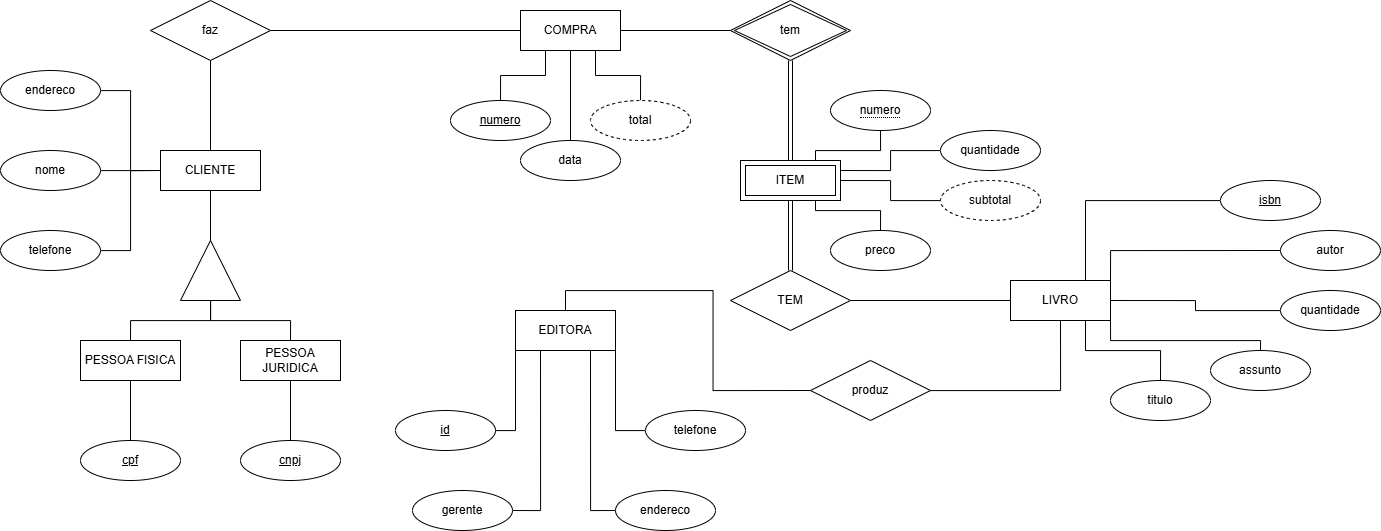
Above: puc2024.2/bcd/cardinalidades/licaoDeModelagem.drawio.png in batista29/puc (draw.io), before the change. Source tidied: cells renumbered, new cells last; positions are measured from the earlier drawing's top-left corner, leaving out a move shared by most shapes.
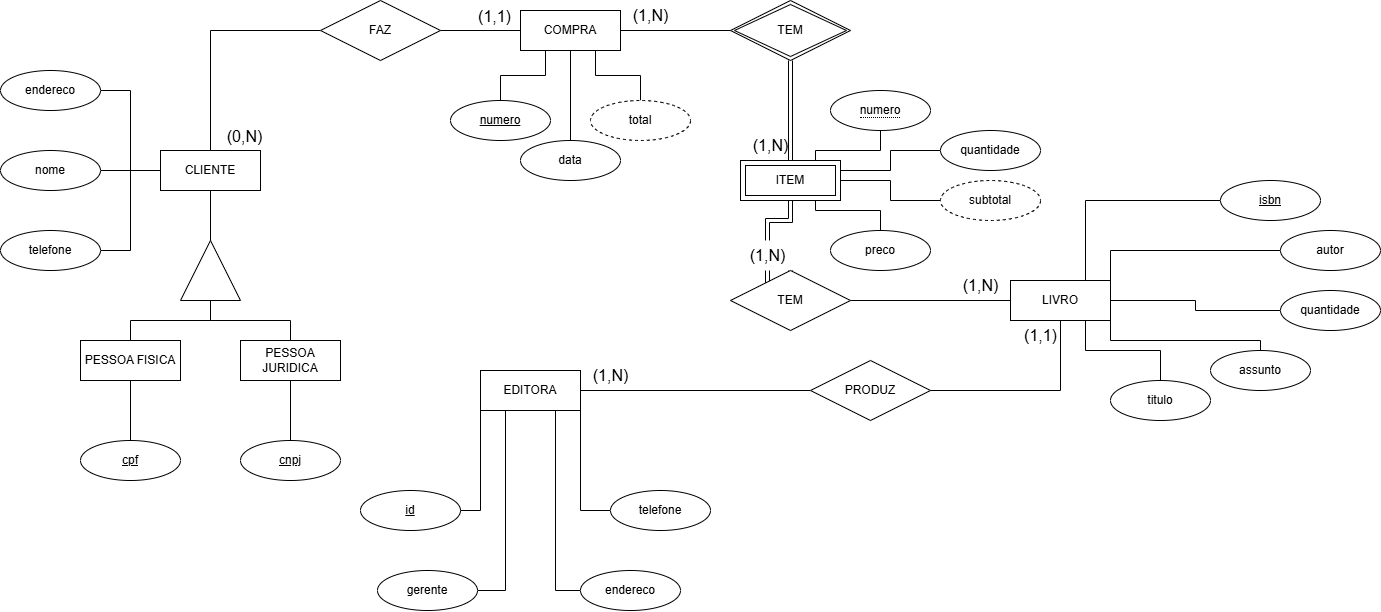
After the change.

Commit message:
Modelagem completa

Diff of the diagram source:
```diff
@@ -2,17 +2,17 @@
   <root>
     <mxCell id="0" />
     <mxCell id="1" parent="0" />
-    <mxCell id="2" style="edgeStyle=orthogonalEdgeStyle;rounded=0;jettySize=auto;html=1;entryX=0.5;entryY=1;entryDx=0;entryDy=0;exitX=0.5;exitY=0;exitDx=0;exitDy=0;endArrow=none;endFill=0;" parent="1" edge="1" source="3" target="51">
+    <mxCell id="2" style="edgeStyle=orthogonalEdgeStyle;rounded=0;jettySize=auto;html=1;entryX=0;entryY=0.5;entryDx=0;entryDy=0;exitX=0.5;exitY=0;exitDx=0;exitDy=0;endArrow=none;endFill=0;" parent="1" edge="1" source="3" target="51">
       <mxGeometry relative="1" as="geometry" />
     </mxCell>
     <mxCell id="3" value="CLIENTE" style="whiteSpace=wrap;html=1;align=center;labelBackgroundColor=none;" parent="1" vertex="1">
       <mxGeometry x="160" y="150" width="100" height="40" as="geometry" />
     </mxCell>
-    <mxCell id="4" style="edgeStyle=orthogonalEdgeStyle;rounded=0;jettySize=auto;html=1;entryX=0;entryY=0.5;entryDx=0;entryDy=0;exitX=0.5;exitY=0;exitDx=0;exitDy=0;endArrow=none;endFill=0;" parent="1" edge="1" source="5" target="49">
+    <mxCell id="4" style="edgeStyle=orthogonalEdgeStyle;rounded=0;jettySize=auto;html=1;entryX=0;entryY=0.5;entryDx=0;entryDy=0;fontSize=12;startSize=8;endSize=8;endArrow=none;endFill=0;" parent="1" edge="1" source="5" target="49">
       <mxGeometry relative="1" as="geometry" />
     </mxCell>
     <mxCell id="5" value="EDITORA" style="whiteSpace=wrap;html=1;align=center;labelBackgroundColor=none;" parent="1" vertex="1">
-      <mxGeometry x="515" y="310" width="100" height="40" as="geometry" />
+      <mxGeometry x="480" y="370" width="100" height="40" as="geometry" />
     </mxCell>
     <mxCell id="6" value="LIVRO" style="whiteSpace=wrap;html=1;align=center;labelBackgroundColor=none;" parent="1" vertex="1">
       <mxGeometry x="1010" y="280" width="100" height="40" as="geometry" />
@@ -71,25 +71,25 @@
       <mxGeometry y="150" width="100" height="40" as="geometry" />
     </mxCell>
     <mxCell id="24" value="id" style="ellipse;whiteSpace=wrap;html=1;align=center;fontStyle=4;labelBackgroundColor=none;" parent="1" vertex="1">
-      <mxGeometry x="395" y="410" width="100" height="40" as="geometry" />
+      <mxGeometry x="360" y="490" width="100" height="40" as="geometry" />
     </mxCell>
     <mxCell id="25" style="edgeStyle=orthogonalEdgeStyle;rounded=0;jettySize=auto;html=1;entryX=0.75;entryY=1;entryDx=0;entryDy=0;exitX=0;exitY=0.5;exitDx=0;exitDy=0;labelBackgroundColor=none;fontColor=default;endArrow=none;endFill=0;" parent="1" edge="1" source="26" target="5">
       <mxGeometry relative="1" as="geometry" />
     </mxCell>
     <mxCell id="26" value="endereco" style="ellipse;whiteSpace=wrap;html=1;align=center;labelBackgroundColor=none;" parent="1" vertex="1">
-      <mxGeometry x="615" y="490" width="100" height="40" as="geometry" />
+      <mxGeometry x="580" y="570" width="100" height="40" as="geometry" />
     </mxCell>
     <mxCell id="27" style="edgeStyle=orthogonalEdgeStyle;rounded=0;jettySize=auto;html=1;entryX=0.25;entryY=1;entryDx=0;entryDy=0;exitX=1;exitY=0.5;exitDx=0;exitDy=0;labelBackgroundColor=none;fontColor=default;endArrow=none;endFill=0;" parent="1" edge="1" source="28" target="5">
       <mxGeometry relative="1" as="geometry" />
     </mxCell>
     <mxCell id="28" value="gerente" style="ellipse;whiteSpace=wrap;html=1;align=center;labelBackgroundColor=none;" parent="1" vertex="1">
-      <mxGeometry x="412" y="490" width="100" height="40" as="geometry" />
+      <mxGeometry x="377" y="570" width="100" height="40" as="geometry" />
     </mxCell>
     <mxCell id="29" style="edgeStyle=orthogonalEdgeStyle;rounded=0;jettySize=auto;html=1;entryX=1;entryY=1;entryDx=0;entryDy=0;labelBackgroundColor=none;fontColor=default;endArrow=none;endFill=0;" parent="1" edge="1" source="30" target="5">
       <mxGeometry relative="1" as="geometry" />
     </mxCell>
     <mxCell id="30" value="telefone" style="ellipse;whiteSpace=wrap;html=1;align=center;labelBackgroundColor=none;" parent="1" vertex="1">
-      <mxGeometry x="645" y="410" width="100" height="40" as="geometry" />
+      <mxGeometry x="610" y="490" width="100" height="40" as="geometry" />
     </mxCell>
     <mxCell id="31" style="edgeStyle=orthogonalEdgeStyle;rounded=0;jettySize=auto;html=1;entryX=0;entryY=1;entryDx=0;entryDy=0;labelBackgroundColor=none;fontColor=default;endArrow=none;endFill=0;" parent="1" edge="1" source="24" target="5">
       <mxGeometry relative="1" as="geometry" />
@@ -150,14 +150,14 @@
     <mxCell id="48" style="edgeStyle=orthogonalEdgeStyle;rounded=0;jettySize=auto;html=1;entryX=0.5;entryY=1;entryDx=0;entryDy=0;endArrow=none;endFill=0;" parent="1" edge="1" source="49" target="6">
       <mxGeometry relative="1" as="geometry" />
     </mxCell>
-    <mxCell id="49" value="produz" style="shape=rhombus;perimeter=rhombusPerimeter;whiteSpace=wrap;html=1;align=center;labelBackgroundColor=none;" parent="1" vertex="1">
+    <mxCell id="49" value="PRODUZ" style="shape=rhombus;perimeter=rhombusPerimeter;whiteSpace=wrap;html=1;align=center;labelBackgroundColor=none;" parent="1" vertex="1">
       <mxGeometry x="810" y="360" width="120" height="60" as="geometry" />
     </mxCell>
     <mxCell id="50" style="edgeStyle=orthogonalEdgeStyle;rounded=0;jettySize=auto;html=1;entryX=0;entryY=0.5;entryDx=0;entryDy=0;labelBackgroundColor=none;fontColor=default;endArrow=none;endFill=0;" parent="1" edge="1" source="51" target="7">
       <mxGeometry relative="1" as="geometry" />
     </mxCell>
-    <mxCell id="51" value="faz" style="shape=rhombus;perimeter=rhombusPerimeter;whiteSpace=wrap;html=1;align=center;labelBackgroundColor=none;" parent="1" vertex="1">
-      <mxGeometry x="150" width="120" height="60" as="geometry" />
+    <mxCell id="51" value="FAZ" style="shape=rhombus;perimeter=rhombusPerimeter;whiteSpace=wrap;html=1;align=center;labelBackgroundColor=none;" parent="1" vertex="1">
+      <mxGeometry x="320" width="120" height="60" as="geometry" />
     </mxCell>
     <mxCell id="52" style="edgeStyle=orthogonalEdgeStyle;rounded=0;jettySize=auto;html=1;shape=link;labelBackgroundColor=none;fontColor=default;exitX=0.5;exitY=1;exitDx=0;exitDy=0;entryX=0.5;entryY=0;entryDx=0;entryDy=0;" parent="1" edge="1" source="54" target="56">
       <mxGeometry relative="1" as="geometry" />
@@ -165,10 +165,10 @@
     <mxCell id="53" style="edgeStyle=orthogonalEdgeStyle;rounded=0;jettySize=auto;html=1;exitX=0;exitY=0.5;exitDx=0;exitDy=0;entryX=1;entryY=0.5;entryDx=0;entryDy=0;labelBackgroundColor=none;fontColor=default;endArrow=none;endFill=0;" parent="1" edge="1" source="54" target="7">
       <mxGeometry relative="1" as="geometry" />
     </mxCell>
-    <mxCell id="54" value="tem" style="shape=rhombus;double=1;perimeter=rhombusPerimeter;whiteSpace=wrap;html=1;align=center;labelBackgroundColor=none;" parent="1" vertex="1">
+    <mxCell id="54" value="TEM" style="shape=rhombus;double=1;perimeter=rhombusPerimeter;whiteSpace=wrap;html=1;align=center;labelBackgroundColor=none;" parent="1" vertex="1">
       <mxGeometry x="730" width="120" height="60" as="geometry" />
     </mxCell>
-    <mxCell id="55" style="edgeStyle=orthogonalEdgeStyle;rounded=0;jettySize=auto;html=1;entryX=0.5;entryY=0;entryDx=0;entryDy=0;fontColor=default;shape=link;labelBackgroundColor=none;" parent="1" edge="1" source="56" target="58">
+    <mxCell id="55" style="edgeStyle=orthogonalEdgeStyle;rounded=0;jettySize=auto;html=1;entryX=0.5;entryY=0;entryDx=0;entryDy=0;fontColor=default;shape=link;labelBackgroundColor=none;" parent="1" edge="1" source="74" target="58">
       <mxGeometry relative="1" as="geometry" />
     </mxCell>
     <mxCell id="56" value="ITEM" style="shape=ext;margin=3;double=1;whiteSpace=wrap;html=1;align=center;labelBackgroundColor=none;" parent="1" vertex="1">
@@ -204,5 +204,32 @@
     <mxCell id="66" value="preco" style="ellipse;whiteSpace=wrap;html=1;align=center;labelBackgroundColor=none;" parent="1" vertex="1">
       <mxGeometry x="830" y="230" width="100" height="40" as="geometry" />
     </mxCell>
+    <mxCell id="67" value="(0,N)" style="text;html=1;align=center;verticalAlign=middle;strokeColor=none;fillColor=none;fontSize=16;" parent="1" vertex="1">
+      <mxGeometry x="214" y="121" width="60" height="30" as="geometry" />
+    </mxCell>
+    <mxCell id="68" value="(1,1)" style="text;html=1;align=center;verticalAlign=middle;strokeColor=none;fillColor=none;fontSize=16;" parent="1" vertex="1">
+      <mxGeometry x="464" y="1" width="60" height="30" as="geometry" />
+    </mxCell>
+    <mxCell id="69" value="(1,N)" style="text;html=1;align=center;verticalAlign=middle;strokeColor=none;fillColor=none;fontSize=16;" parent="1" vertex="1">
+      <mxGeometry x="580" y="360" width="60" height="30" as="geometry" />
+    </mxCell>
+    <mxCell id="70" value="(1,1)" style="text;html=1;align=center;verticalAlign=middle;strokeColor=none;fillColor=none;fontSize=16;" parent="1" vertex="1">
+      <mxGeometry x="1010" y="320" width="60" height="30" as="geometry" />
+    </mxCell>
+    <mxCell id="71" value="(1,N)" style="text;html=1;align=center;verticalAlign=middle;strokeColor=none;fillColor=none;fontSize=16;" parent="1" vertex="1">
+      <mxGeometry x="620" width="60" height="30" as="geometry" />
+    </mxCell>
+    <mxCell id="72" value="(1,N)" style="text;html=1;align=center;verticalAlign=middle;strokeColor=none;fillColor=none;fontSize=16;" parent="1" vertex="1">
+      <mxGeometry x="740" y="130" width="60" height="30" as="geometry" />
+    </mxCell>
+    <mxCell id="73" style="edgeStyle=orthogonalEdgeStyle;rounded=0;jettySize=auto;html=1;entryX=0.5;entryY=0;entryDx=0;entryDy=0;fontColor=default;shape=link;labelBackgroundColor=none;" parent="1" edge="1" source="56" target="74">
+      <mxGeometry relative="1" as="geometry" />
+    </mxCell>
+    <mxCell id="74" value="(1,N)" style="text;html=1;align=center;verticalAlign=middle;points=[];strokeColor=none;fillColor=none;fontSize=16;" parent="1" vertex="1">
+      <mxGeometry x="737" y="240" width="60" height="30" as="geometry" />
+    </mxCell>
+    <mxCell id="75" value="(1,N)" style="text;html=1;align=center;verticalAlign=middle;strokeColor=none;fillColor=none;fontSize=16;" parent="1" vertex="1">
+      <mxGeometry x="950" y="270" width="60" height="30" as="geometry" />
+    </mxCell>
   </root>
 </mxGraphModel>
```
